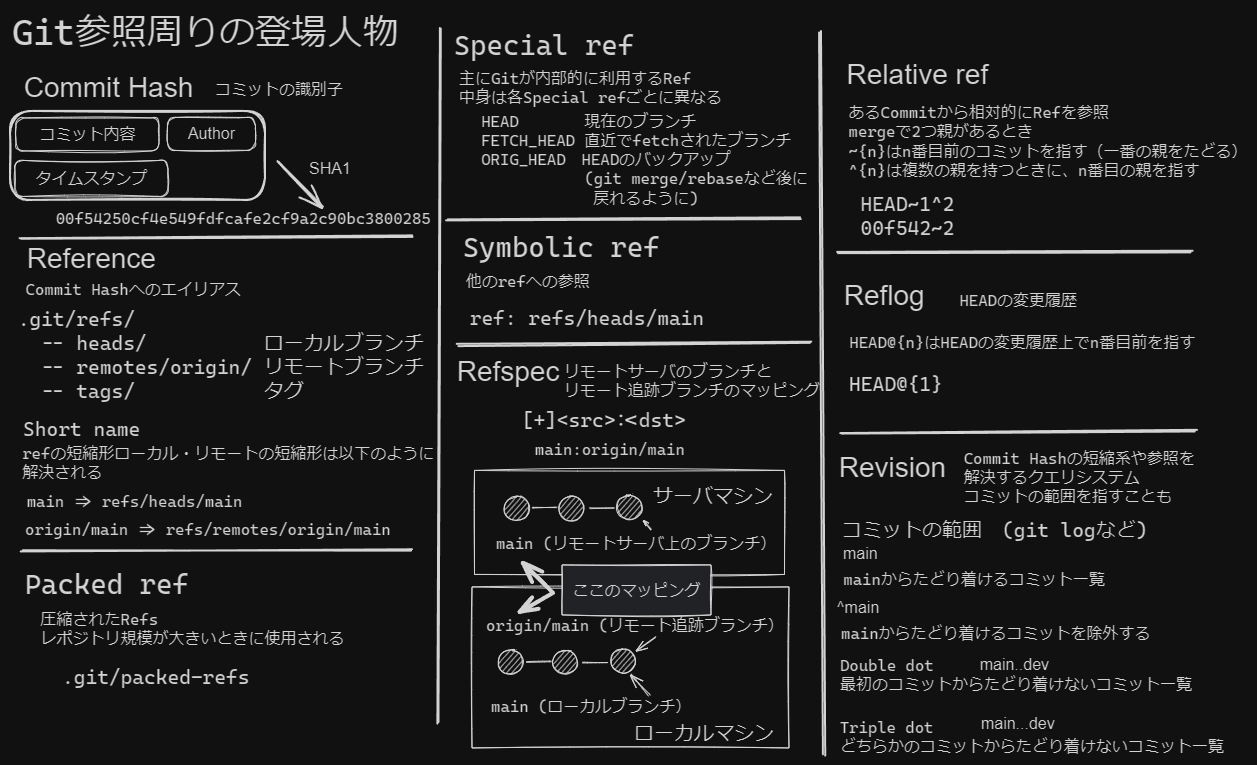
Above: images/git-references/git-references.png in r-tamura/zenn-content (Excalidraw), before the change. Source tidied: one line per element, renumbered; positions are measured from the earlier drawing's top-left corner, leaving out a move shared by most shapes.
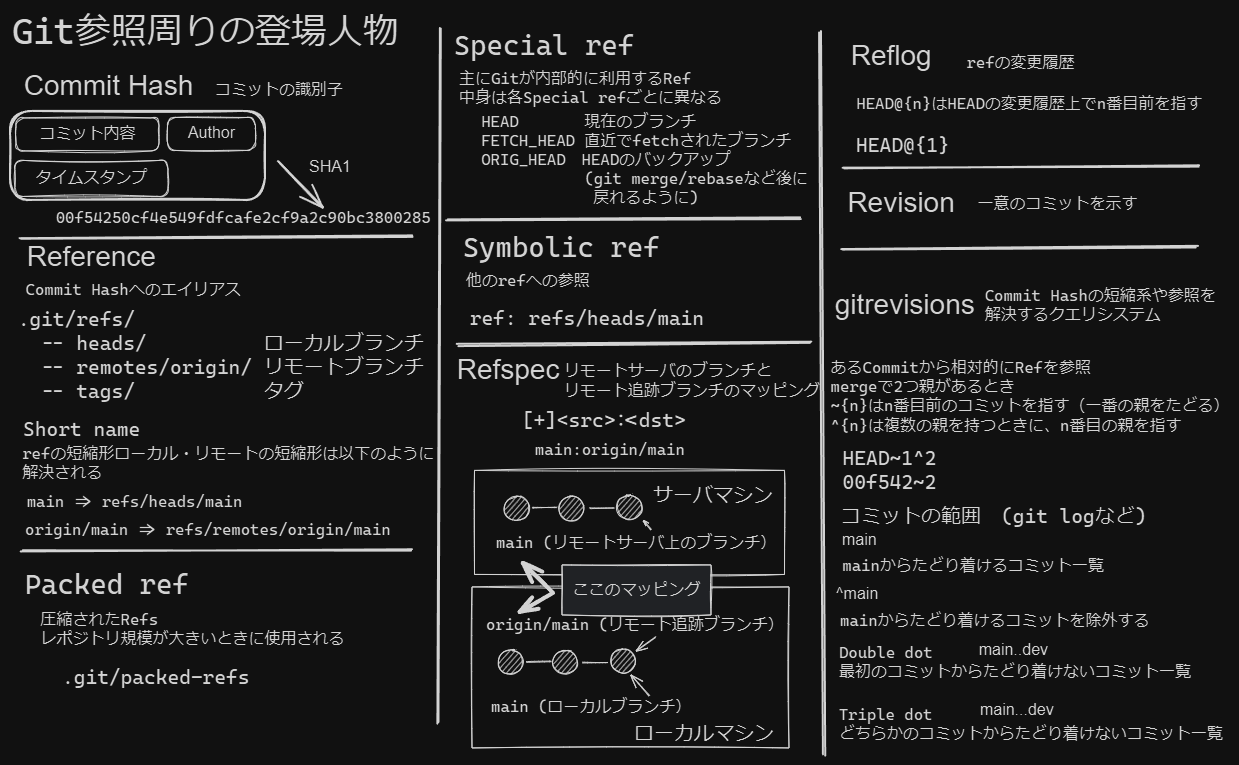
After the commit.

Commit message:
fix(git-referecne):  revisionについて内容の誤りを修正

revisionとgitrevisionsが混同していた

Change to the diagram source:
```diff
@@ -1,4 +1,4 @@
-{"id": 0, "type": "text", "text": "Double dot\n最初のコミットからたどり着けないコミット一覧", "strokeColor": "#1e1e1e", "strokeWidth": 2, "roughness": 1, "fontSize": 16, "fontFamily": 3, "x": 830, "y": 645, "width": 352, "height": 38}
+{"id": 0, "type": "text", "text": "Double dot\n最初のコミットからたどり着けないコミット一覧", "strokeColor": "#1e1e1e", "strokeWidth": 2, "roughness": 1, "fontSize": 16, "fontFamily": 3, "x": 829, "y": 632, "width": 352, "height": 38}
 {"id": 1, "type": "text", "text": "Commit Hash", "strokeColor": "#1e1e1e", "strokeWidth": 2, "roughness": 1, "fontSize": 28, "fontFamily": 2, "x": 14, "y": 61, "width": 170, "height": 32}
 {"id": 2, "type": "text", "text": "Special ref", "strokeColor": "#1e1e1e", "strokeWidth": 2, "roughness": 1, "fontSize": 28, "fontFamily": 3, "x": 444, "y": 18, "width": 180, "height": 34}
 {"id": 3, "type": "text", "text": "Refspec", "strokeColor": "#1e1e1e", "strokeWidth": 2, "roughness": 1, "fontSize": 28, "fontFamily": 2, "x": 447, "y": 345, "width": 103, "height": 32}
@@ -8,9 +8,8 @@
 {"id": 7, "type": "text", "text": "ref: refs/heads/main", "strokeColor": "#1e1e1e", "strokeWidth": 2, "roughness": 1, "fontSize": 20, "fontFamily": 3, "x": 460, "y": 296, "width": 234, "height": 24}
 {"id": 8, "type": "text", "text": "他のrefへの参照", "strokeColor": "#1e1e1e", "strokeWidth": 2, "roughness": 1, "fontSize": 16, "fontFamily": 3, "x": 456, "y": 261, "width": 124, "height": 19}
 {"id": 9, "type": "text", "text": "主にGitが内部的に利用するRef\n中身は各Special refごとに異なる", "strokeColor": "#1e1e1e", "strokeWidth": 2, "roughness": 1, "fontSize": 16, "fontFamily": 3, "x": 449, "y": 58, "width": 263, "height": 38}
-{"id": 10, "type": "text", "text": "Relative ref", "strokeColor": "#1e1e1e", "strokeWidth": 2, "roughness": 1, "fontSize": 28, "fontFamily": 2, "x": 837, "y": 49, "width": 142, "height": 32}
-{"id": 11, "type": "text", "text": "HEAD~1^2\n00f542~2", "strokeColor": "#1e1e1e", "strokeWidth": 2, "roughness": 1, "fontSize": 20, "fontFamily": 3, "x": 851, "y": 181, "width": 94, "height": 48}
+{"id": 11, "type": "text", "text": "HEAD~1^2\n00f542~2", "strokeColor": "#1e1e1e", "strokeWidth": 2, "roughness": 1, "fontSize": 20, "fontFamily": 3, "x": 833, "y": 436, "width": 94, "height": 48}
-{"id": 12, "type": "text", "text": "あるCommitから相対的にRefを参照\nmergeで2つ親があるとき\n~{n}はn番目前のコミットを指す（一番の親をたどる）\n^{n}は複数の親を持つときに、n番目の親を指す", "strokeColor": "#1e1e1e", "strokeWidth": 2, "roughness": 1, "fontSize": 16, "fontFamily": 3, "x": 839, "y": 93, "width": 399, "height": 77}
+{"id": 12, "type": "text", "text": "あるCommitから相対的にRefを参照\nmergeで2つ親があるとき\n~{n}はn番目前のコミットを指す（一番の親をたどる）\n^{n}は複数の親を持つときに、n番目の親を指す", "strokeColor": "#1e1e1e", "strokeWidth": 2, "roughness": 1, "fontSize": 16, "fontFamily": 3, "x": 821, "y": 348, "width": 399, "height": 77}
 {"id": 13, "type": "text", "text": "00f54250cf4e549fdfcafe2cf9a2c90bc3800285", "strokeColor": "#1e1e1e", "strokeWidth": 2, "roughness": 1, "fontSize": 16, "fontFamily": 3, "x": 46, "y": 198, "width": 375, "height": 19}
 {"id": 14, "type": "text", "text": "コミットの識別子", "strokeColor": "#1e1e1e", "strokeWidth": 2, "roughness": 1, "fontSize": 16, "fontFamily": 3, "x": 205, "y": 69, "width": 128, "height": 19}
 {"id": 15, "type": "text", "text": "Packed ref", "strokeColor": "#1e1e1e", "strokeWidth": 2, "roughness": 1, "fontSize": 28, "fontFamily": 3, "x": 15, "y": 557, "width": 164, "height": 34}
@@ -18,10 +17,10 @@
 {"id": 17, "type": "text", "text": ".git/packed-refs", "strokeColor": "#1e1e1e", "strokeWidth": 2, "roughness": 1, "fontSize": 20, "fontFamily": 3, "x": 52, "y": 655, "width": 188, "height": 24}
 {"id": 18, "type": "text", "text": "HEAD       現在のブランチ\nFETCH_HEAD 直近でfetchされたブランチ\nORIG_HEAD　HEADのバックアップ\n           (git merge/rebaseなど後に\n　　　　　　　戻れるように)", "strokeColor": "#1e1e1e", "strokeWidth": 2, "roughness": 1, "fontSize": 16, "fontFamily": 3, "x": 471, "y": 101, "width": 326, "height": 96}
 {"id": 19, "type": "text", "text": "Git参照周りの登場人物", "strokeColor": "#1e1e1e", "strokeWidth": 2, "roughness": 1, "fontSize": 36, "fontFamily": 3, "x": 2, "y": 0, "width": 387, "height": 43}
-{"id": 20, "type": "text", "text": "Revision", "strokeColor": "#1e1e1e", "strokeWidth": 2, "roughness": 1, "fontSize": 28, "fontFamily": 2, "x": 829, "y": 441, "width": 107, "height": 32}
+{"id": 20, "type": "text", "text": "gitrevisions", "strokeColor": "#1e1e1e", "strokeWidth": 2, "roughness": 1, "fontSize": 28, "fontFamily": 2, "x": 825, "y": 281, "width": 140, "height": 32}
-{"id": 21, "type": "text", "text": "main..dev ", "strokeColor": "#1e1e1e", "strokeWidth": 2, "roughness": 1, "fontSize": 16, "fontFamily": 2, "x": 970, "y": 645, "width": 74, "height": 18}
+{"id": 21, "type": "text", "text": "main..dev ", "strokeColor": "#1e1e1e", "strokeWidth": 2, "roughness": 1, "fontSize": 16, "fontFamily": 2, "x": 969, "y": 632, "width": 74, "height": 18}
-{"id": 22, "type": "text", "text": "Commit Hashの短縮系や参照を\n解決するクエリシステム\nコミットの範囲を指すことも", "strokeColor": "#1e1e1e", "strokeWidth": 2, "roughness": 1, "fontSize": 16, "fontFamily": 3, "x": 954, "y": 438, "width": 231, "height": 58}
+{"id": 22, "type": "text", "text": "Commit Hashの短縮系や参照を\n解決するクエリシステム\n", "strokeColor": "#1e1e1e", "strokeWidth": 2, "roughness": 1, "fontSize": 16, "fontFamily": 3, "x": 975, "y": 275, "width": 231, "height": 58}
-{"id": 23, "type": "text", "text": "Triple dot\nどちらかのコミットからたどり着けないコミット一覧", "strokeColor": "#1e1e1e", "strokeWidth": 2, "roughness": 1, "fontSize": 16, "fontFamily": 3, "x": 830, "y": 707, "width": 384, "height": 38}
+{"id": 23, "type": "text", "text": "Triple dot\nどちらかのコミットからたどり着けないコミット一覧", "strokeColor": "#1e1e1e", "strokeWidth": 2, "roughness": 1, "fontSize": 16, "fontFamily": 3, "x": 829, "y": 694, "width": 384, "height": 38}
 {"id": 24, "type": "text", "text": "main:origin/main", "strokeColor": "#1e1e1e", "strokeWidth": 2, "roughness": 1, "fontSize": 16, "fontFamily": 3, "x": 525, "y": 429, "width": 150, "height": 19}
 {"id": 25, "type": "text", "text": "Reference", "strokeColor": "#1e1e1e", "strokeWidth": 2, "roughness": 1, "fontSize": 28, "fontFamily": 2, "x": 17, "y": 232, "width": 129, "height": 32}
 {"id": 26, "type": "text", "text": ".git/refs/\n  -- heads/          ローカルブランチ\n  -- remotes/origin/ リモートブランチ\n  -- tags/           タグ", "strokeColor": "#1e1e1e", "strokeWidth": 2, "roughness": 1, "fontSize": 20, "fontFamily": 3, "x": 8, "y": 297, "width": 406, "height": 96}
@@ -30,14 +29,13 @@
 {"id": 29, "type": "text", "text": "Short name", "strokeColor": "#1e1e1e", "strokeWidth": 2, "roughness": 1, "fontSize": 20, "fontFamily": 3, "x": 13, "y": 407, "width": 117, "height": 24}
 {"id": 30, "type": "text", "text": "origin/main => refs/remotes/origin/main ", "strokeColor": "#1e1e1e", "strokeWidth": 2, "roughness": 1, "fontSize": 16, "fontFamily": 3, "x": 15, "y": 509, "width": 375, "height": 19}
 {"id": 31, "type": "text", "text": "refの短縮形ローカル・リモートの短縮形は以下のように\n解決される", "strokeColor": "#1e1e1e", "strokeWidth": 2, "roughness": 1, "fontSize": 16, "fontFamily": 3, "x": 12, "y": 433, "width": 412, "height": 38}
-{"id": 32, "type": "line", "strokeColor": "#1e1e1e", "strokeWidth": 2, "roughness": 1, "round": true, "from": 2, "x": 430, "y": 18, "width": 1, "height": 694, "points": [[0, 0], [-1, 694]]}
+{"id": 32, "type": "line", "strokeColor": "#1e1e1e", "strokeWidth": 2, "roughness": 1, "round": true, "x": 430, "y": 18, "width": 1, "height": 694, "points": [[0, 0], [-1, 694]]}
 {"id": 33, "type": "line", "strokeColor": "#1e1e1e", "strokeWidth": 2, "roughness": 1, "round": true, "x": 810, "y": 23, "width": 4, "height": 722, "points": [[0, 0], [4, 722]]}
 {"id": 34, "type": "line", "strokeColor": "#1e1e1e", "strokeWidth": 2, "roughness": 1, "round": true, "x": 11, "y": 228, "width": 391, "height": 2, "points": [[0, 0], [391, -2]]}
 {"id": 35, "type": "line", "strokeColor": "#1e1e1e", "strokeWidth": 2, "roughness": 1, "round": true, "x": 11, "y": 542, "width": 391, "height": 2, "points": [[0, 0], [391, -2]]}
 {"id": 36, "type": "line", "strokeColor": "#1e1e1e", "strokeWidth": 2, "roughness": 1, "round": true, "x": 437, "y": 210, "width": 354, "height": 2, "points": [[0, 0], [354, -2]]}
 {"id": 37, "type": "line", "strokeColor": "#1e1e1e", "strokeWidth": 2, "roughness": 1, "round": true, "x": 448, "y": 334, "width": 354, "height": 2, "points": [[0, 0], [354, -2]]}
-{"id": 38, "type": "line", "strokeColor": "#1e1e1e", "strokeWidth": 2, "roughness": 1, "round": true, "x": 828, "y": 244, "width": 354, "height": 2, "points": [[0, 0], [354, -2]]}
-{"id": 39, "type": "line", "strokeColor": "#1e1e1e", "strokeWidth": 2, "roughness": 1, "round": true, "x": 832, "y": 423, "width": 354, "height": 2, "points": [[0, 0], [354, -2]]}
+{"id": 39, "type": "line", "strokeColor": "#1e1e1e", "strokeWidth": 2, "roughness": 1, "round": true, "x": 833, "y": 239, "width": 354, "height": 2, "points": [[0, 0], [354, -2]]}
 {"id": 40, "type": "rectangle", "strokeColor": "#1e1e1e", "strokeWidth": 1, "roughness": 1, "round": true, "x": 6, "y": 108, "width": 143, "height": 33}
 {"id": 41, "type": "text", "text": "コミット内容", "strokeColor": "#1e1e1e", "strokeWidth": 2, "roughness": 1, "fontSize": 16, "fontFamily": 2, "textAlign": "center", "verticalAlign": "middle", "inside": 40, "x": 29, "y": 115, "width": 96, "height": 18}
 {"id": 42, "type": "rectangle", "strokeColor": "#1e1e1e", "strokeWidth": 1, "roughness": 1, "round": true, "x": 158, "y": 107, "width": 88, "height": 33}
@@ -47,10 +45,10 @@
 {"id": 46, "type": "arrow", "strokeColor": "#1e1e1e", "strokeWidth": 2, "roughness": 1, "endArrowhead": "arrow", "round": true, "to": 13, "x": 268, "y": 151, "width": 45, "height": 46, "points": [[0, 0], [45, 46]]}
 {"id": 47, "type": "rectangle", "strokeColor": "#1e1e1e", "strokeWidth": 2, "roughness": 1, "round": true, "x": 0, "y": 101, "width": 255, "height": 89}
 {"id": 48, "type": "text", "text": "SHA1", "strokeColor": "#1e1e1e", "strokeWidth": 2, "strokeStyle": "dashed", "roughness": 1, "fontSize": 16, "fontFamily": 2, "x": 299, "y": 149, "width": 42, "height": 18}
-{"id": 49, "type": "text", "text": "Reflog", "strokeColor": "#1e1e1e", "strokeWidth": 2, "roughness": 1, "fontSize": 28, "fontFamily": 2, "x": 834, "y": 269, "width": 81, "height": 32}
+{"id": 49, "type": "text", "text": "Reflog", "strokeColor": "#1e1e1e", "strokeWidth": 2, "roughness": 1, "fontSize": 28, "fontFamily": 2, "x": 841, "y": 31, "width": 81, "height": 32}
-{"id": 50, "type": "text", "text": "HEAD@{1}", "strokeColor": "#1e1e1e", "strokeWidth": 2, "roughness": 1, "fontSize": 20, "fontFamily": 3, "x": 839, "y": 361, "width": 94, "height": 24}
+{"id": 50, "type": "text", "text": "HEAD@{1}", "strokeColor": "#1e1e1e", "strokeWidth": 2, "roughness": 1, "fontSize": 20, "fontFamily": 3, "x": 846, "y": 123, "width": 94, "height": 24}
-{"id": 51, "type": "text", "text": "HEADの変更履歴", "strokeColor": "#1e1e1e", "strokeWidth": 2, "roughness": 1, "fontSize": 16, "fontFamily": 3, "x": 949, "y": 280, "width": 118, "height": 19}
+{"id": 51, "type": "text", "text": "refの変更履歴", "strokeColor": "#1e1e1e", "strokeWidth": 2, "roughness": 1, "fontSize": 16, "fontFamily": 3, "x": 956, "y": 42, "width": 108, "height": 19}
-{"id": 52, "type": "text", "text": "HEAD@{n}はHEADの変更履歴上でn番目前を指す", "strokeColor": "#1e1e1e", "strokeWidth": 2, "roughness": 1, "fontSize": 16, "fontFamily": 3, "x": 839, "y": 322, "width": 346, "height": 19}
+{"id": 52, "type": "text", "text": "HEAD@{n}はHEADの変更履歴上でn番目前を指す", "strokeColor": "#1e1e1e", "strokeWidth": 2, "roughness": 1, "fontSize": 16, "fontFamily": 3, "x": 846, "y": 84, "width": 346, "height": 19}
 {"id": 53, "type": "rectangle", "strokeColor": "#1e1e1e", "strokeWidth": 1, "roughness": 1, "x": 464, "y": 460, "width": 310, "height": 104}
 {"id": 54, "type": "rectangle", "strokeColor": "#1e1e1e", "strokeWidth": 1, "roughness": 1, "x": 462, "y": 577, "width": 317, "height": 161}
 {"id": 55, "type": "ellipse", "strokeColor": "#1e1e1e", "backgroundColor": "#1e1e1e", "fillStyle": "hachure", "strokeWidth": 1, "roughness": 1, "round": true, "x": 488, "y": 640, "width": 25, "height": 24}
@@ -74,9 +72,12 @@
 {"id": 73, "type": "arrow", "strokeColor": "#1e1e1e", "backgroundColor": "#1e1e1e", "fillStyle": "hachure", "strokeWidth": 4, "roughness": 1, "startArrowhead": "arrow", "endArrowhead": "arrow", "from": 60, "to": 59, "x": 513, "y": 553, "width": 33, "height": 49, "points": [[0, 0], [30, 30], [-3, 49]]}
 {"id": 74, "type": "rectangle", "strokeColor": "#1e1e1e", "backgroundColor": "#e9ecef", "fillStyle": "solid", "strokeWidth": 1, "roughness": 1, "x": 552, "y": 555, "width": 149, "height": 50}
 {"id": 75, "type": "text", "text": "ここのマッピング", "strokeColor": "#1e1e1e", "backgroundColor": "#e9ecef", "fillStyle": "hachure", "strokeWidth": 4, "roughness": 1, "fontSize": 16, "fontFamily": 3, "textAlign": "center", "verticalAlign": "middle", "inside": 74, "x": 562, "y": 570, "width": 128, "height": 19}
-{"id": 76, "type": "text", "text": "mainからたどり着けるコミットを除外する", "strokeColor": "#1e1e1e", "backgroundColor": "#e9ecef", "fillStyle": "hachure", "strokeWidth": 4, "roughness": 1, "fontSize": 16, "fontFamily": 3, "x": 831, "y": 614, "width": 310, "height": 19}
+{"id": 76, "type": "text", "text": "mainからたどり着けるコミットを除外する", "strokeColor": "#1e1e1e", "backgroundColor": "#e9ecef", "fillStyle": "hachure", "strokeWidth": 4, "roughness": 1, "fontSize": 16, "fontFamily": 3, "x": 830, "y": 601, "width": 310, "height": 19}
-{"id": 77, "type": "text", "text": "^main", "strokeColor": "#1e1e1e", "strokeWidth": 2, "roughness": 1, "fontSize": 16, "fontFamily": 2, "x": 827, "y": 589, "width": 42, "height": 18}
+{"id": 77, "type": "text", "text": "^main", "strokeColor": "#1e1e1e", "strokeWidth": 2, "roughness": 1, "fontSize": 16, "fontFamily": 2, "x": 826, "y": 576, "width": 42, "height": 18}
-{"id": 78, "type": "text", "text": "main...dev", "strokeColor": "#1e1e1e", "strokeWidth": 2, "roughness": 1, "fontSize": 16, "fontFamily": 2, "x": 971, "y": 705, "width": 74, "height": 18}
+{"id": 78, "type": "text", "text": "main...dev", "strokeColor": "#1e1e1e", "strokeWidth": 2, "roughness": 1, "fontSize": 16, "fontFamily": 2, "x": 970, "y": 692, "width": 74, "height": 18}
-{"id": 79, "type": "text", "text": "main", "strokeColor": "#1e1e1e", "strokeWidth": 2, "roughness": 1, "fontSize": 16, "fontFamily": 2, "x": 833, "y": 535, "width": 35, "height": 18}
+{"id": 79, "type": "text", "text": "main", "strokeColor": "#1e1e1e", "strokeWidth": 2, "roughness": 1, "fontSize": 16, "fontFamily": 2, "x": 832, "y": 522, "width": 35, "height": 18}
-{"id": 80, "type": "text", "text": "mainからたどり着けるコミット一覧", "strokeColor": "#1e1e1e", "backgroundColor": "#e9ecef", "fillStyle": "hachure", "strokeWidth": 4, "roughness": 1, "fontSize": 16, "fontFamily": 3, "x": 833, "y": 559, "width": 262, "height": 19}
+{"id": 80, "type": "text", "text": "mainからたどり着けるコミット一覧", "strokeColor": "#1e1e1e", "backgroundColor": "#e9ecef", "fillStyle": "hachure", "strokeWidth": 4, "roughness": 1, "fontSize": 16, "fontFamily": 3, "x": 832, "y": 546, "width": 262, "height": 19}
-{"id": 81, "type": "text", "text": "コミットの範囲　(git logなど)", "strokeColor": "#1e1e1e", "backgroundColor": "#e9ecef", "fillStyle": "hachure", "strokeWidth": 4, "roughness": 1, "fontSize": 20, "fontFamily": 3, "x": 832, "y": 508, "width": 305, "height": 24}
+{"id": 81, "type": "text", "text": "コミットの範囲　(git logなど)", "strokeColor": "#1e1e1e", "backgroundColor": "#e9ecef", "fillStyle": "hachure", "strokeWidth": 4, "roughness": 1, "fontSize": 20, "fontFamily": 3, "x": 831, "y": 495, "width": 305, "height": 24}
+{"id": 82, "type": "text", "text": "Revision", "strokeColor": "#1e1e1e", "strokeWidth": 2, "roughness": 1, "fontSize": 28, "fontFamily": 2, "x": 837, "y": 178, "width": 107, "height": 32}
+{"id": 83, "type": "text", "text": "一意のコミットを示す", "strokeColor": "#1e1e1e", "strokeWidth": 2, "roughness": 1, "fontSize": 16, "fontFamily": 3, "x": 967, "y": 183, "width": 160, "height": 19}
+{"id": 84, "type": "line", "strokeColor": "#1e1e1e", "strokeWidth": 2, "roughness": 1, "round": true, "x": 834, "y": 158, "width": 354, "height": 2, "points": [[0, 0], [354, -2]]}
```
